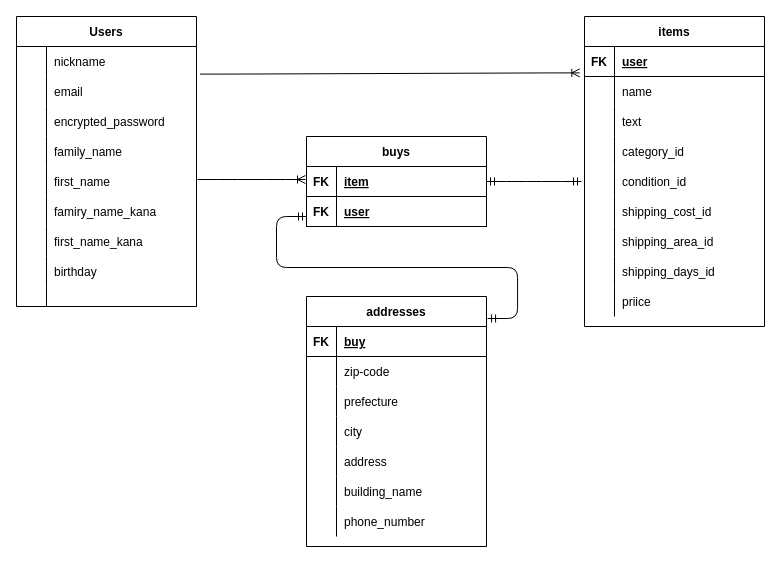
Earlier version of the draw.io diagram furima.dio (sryuri/furima-36995). Source tidied: cells renumbered, new cells numbered last; positions are measured from the earlier drawing's top-left corner, leaving out a move shared by most shapes. Both pictures are drawn from the tidied source at 100%, with x=0, y=0 at pixel (16, 16).
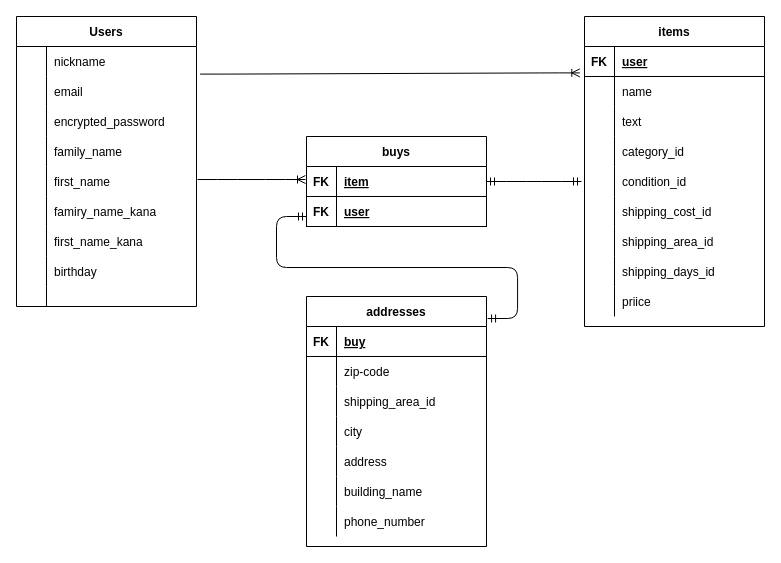
The same page after the edit.

Unchanged cells that the change refers to:
```xml
<mxCell id="37" style="shape=partialRectangle;fillColor=none;top=0;left=0;bottom=0;right=0;" parent="30" vertex="1">
  <mxGeometry y="90" width="180" height="30" as="geometry" />
</mxCell>
```

Diff of the diagram source:
```diff
@@
-    <mxCell id="39" value="prefecture" style="shape=partialRectangle;fillColor=none;top=0;left=0;bottom=0;right=0;align=left;spacingLeft=6;overflow=hidden;" parent="37" vertex="1">
+    <mxCell id="39" value="shipping_area_id" style="shape=partialRectangle;fillColor=none;top=0;left=0;bottom=0;right=0;align=left;spacingLeft=6;overflow=hidden;" parent="37" vertex="1">
       <mxGeometry x="30" width="150" height="30" as="geometry" />
     </mxCell>
```
